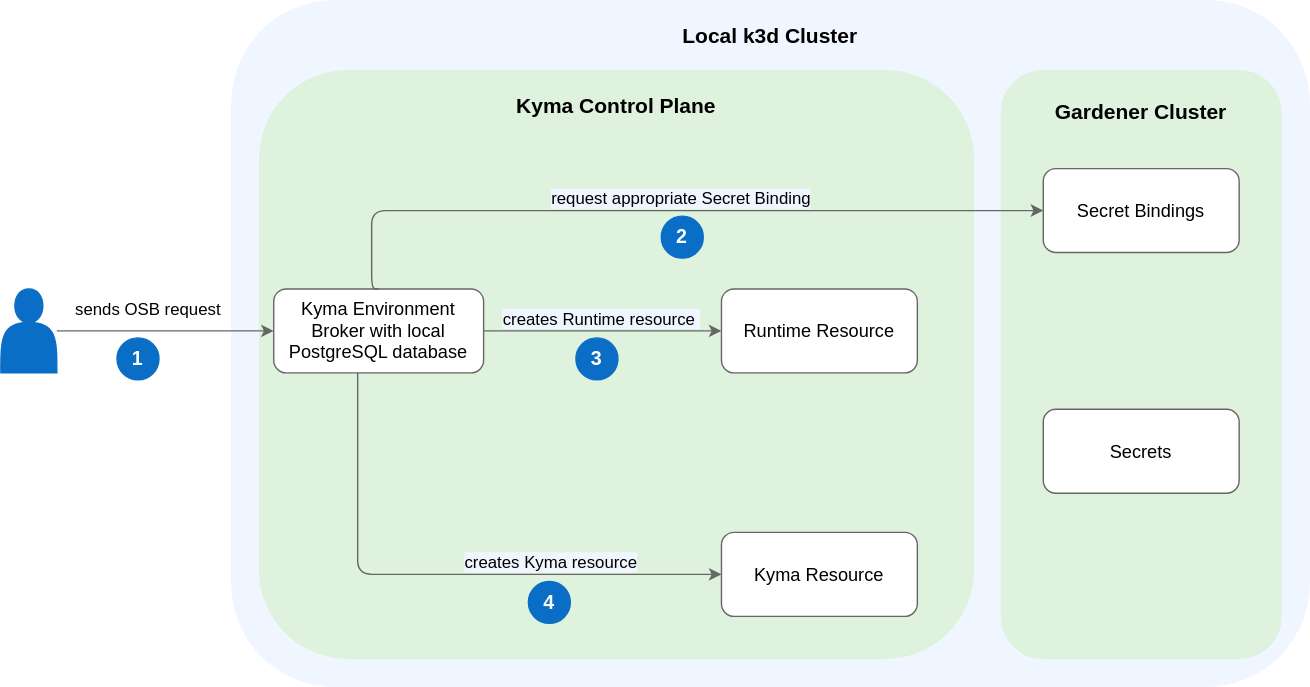
Before: docs/assets/local-keb-arch.drawio.svg, a diagram exported from draw.io (kyma-project/kyma-environment-broker). Source tidied: cells renumbered, new cells last; positions are measured from the earlier drawing's top-left corner, leaving out a move shared by most shapes. Source of this version:
```xml
<mxGraphModel>
  <root>
    <mxCell id="0" />
    <mxCell id="1" parent="0" />
    <mxCell id="2" style="rounded=1;whiteSpace=wrap;html=1;align=left;fillColor=#f0f6ff;strokeColor=#f0f6ff;verticalAlign=middle;labelPosition=right;verticalLabelPosition=middle;" parent="1" vertex="1">
      <mxGeometry x="165" width="770" height="490" as="geometry" />
    </mxCell>
    <mxCell id="3" style="rounded=1;whiteSpace=wrap;html=1;fontSize=13;fillColor=#def2dd;strokeColor=#def2dd;" parent="1" vertex="1">
      <mxGeometry x="185" y="50" width="510" height="420" as="geometry" />
    </mxCell>
    <mxCell id="4" value="&lt;span style=&quot;font-size: 15px;&quot;&gt;&lt;b&gt;Local k3d Cluster&lt;/b&gt;&lt;/span&gt;" style="text;html=1;strokeColor=none;fillColor=none;align=center;verticalAlign=middle;whiteSpace=wrap;rounded=0;fontSize=19;labelPosition=center;verticalLabelPosition=middle;" parent="1" vertex="1">
      <mxGeometry x="460" y="10" width="180" height="30" as="geometry" />
    </mxCell>
    <mxCell id="5" style="edgeStyle=orthogonalEdgeStyle;rounded=1;jettySize=auto;html=1;entryX=0;entryY=0.5;entryDx=0;entryDy=0;strokeColor=#666666;exitX=1;exitY=0.5;exitDx=0;exitDy=0;" parent="1" edge="1" source="9" target="16">
      <mxGeometry relative="1" as="geometry" />
    </mxCell>
    <mxCell id="6" value="&lt;font style=&quot;font-size: 12px; background-color: rgb(240, 246, 255);&quot;&gt;creates Runtime resource&amp;nbsp;&lt;/font&gt;" style="edgeLabel;html=1;align=center;verticalAlign=bottom;" parent="5" vertex="1">
      <mxGeometry x="0.41" y="1" relative="1" as="geometry">
        <mxPoint x="-37" y="1" as="offset" />
      </mxGeometry>
    </mxCell>
    <mxCell id="7" style="edgeStyle=orthogonalEdgeStyle;rounded=1;jettySize=auto;html=1;entryX=0;entryY=0.5;entryDx=0;entryDy=0;strokeColor=#666666;" parent="1" edge="1" source="9" target="20">
      <mxGeometry relative="1" as="geometry">
        <Array as="points">
          <mxPoint x="255" y="410" />
        </Array>
      </mxGeometry>
    </mxCell>
    <mxCell id="8" value="&lt;font style=&quot;font-size: 12px; background-color: rgb(240, 246, 255);&quot;&gt;creates Kyma resource&lt;/font&gt;" style="edgeLabel;html=1;align=center;verticalAlign=bottom;" parent="7" vertex="1">
      <mxGeometry x="0.39" relative="1" as="geometry" />
    </mxCell>
    <mxCell id="9" value="&lt;font style=&quot;font-size: 13px;&quot;&gt;Kyma Environment Broker with local PostgreSQL database&lt;/font&gt;" style="rounded=1;whiteSpace=wrap;html=1;strokeColor=#666666;" parent="1" vertex="1">
      <mxGeometry x="195" y="206" width="150" height="60" as="geometry" />
    </mxCell>
    <mxCell id="10" style="edgeStyle=orthogonalEdgeStyle;rounded=1;jettySize=auto;html=1;strokeColor=#666666;" parent="1" edge="1" source="11" target="9">
      <mxGeometry relative="1" as="geometry" />
    </mxCell>
    <mxCell id="11" style="shape=actor;whiteSpace=wrap;html=1;fillColor=#0a6ec7;strokeColor=#0a6ec7;" parent="1" vertex="1">
      <mxGeometry y="206" width="40" height="60" as="geometry" />
    </mxCell>
    <mxCell id="12" value="&lt;font color=&quot;#ffffff&quot; size=&quot;1&quot;&gt;&lt;b style=&quot;font-size: 14px;&quot;&gt;1&lt;/b&gt;&lt;/font&gt;" style="ellipse;whiteSpace=wrap;html=1;fontSize=12;fillColor=#0a6ec7;strokeColor=#0a6ec7;" parent="1" vertex="1">
      <mxGeometry x="83" y="241" width="30" height="30" as="geometry" />
    </mxCell>
    <mxCell id="13" value="sends OSB request" style="text;html=1;align=center;verticalAlign=middle;strokeColor=none;fillColor=none;" parent="1" vertex="1">
      <mxGeometry x="40" y="206" width="130" height="30" as="geometry" />
    </mxCell>
    <mxCell id="14" value="&lt;font color=&quot;#ffffff&quot; size=&quot;1&quot;&gt;&lt;b style=&quot;font-size: 14px;&quot;&gt;3&lt;/b&gt;&lt;/font&gt;" style="ellipse;whiteSpace=wrap;html=1;fontSize=12;fillColor=#0a6ec7;strokeColor=#0a6ec7;" parent="1" vertex="1">
      <mxGeometry x="411" y="241" width="30" height="30" as="geometry" />
    </mxCell>
    <mxCell id="15" value="&lt;font color=&quot;#ffffff&quot; size=&quot;1&quot;&gt;&lt;b style=&quot;font-size: 14px;&quot;&gt;4&lt;/b&gt;&lt;/font&gt;" style="ellipse;whiteSpace=wrap;html=1;fontSize=12;fillColor=#0a6ec7;strokeColor=#0a6ec7;" parent="1" vertex="1">
      <mxGeometry x="377" y="415" width="30" height="30" as="geometry" />
    </mxCell>
    <mxCell id="16" value="&lt;span style=&quot;font-size: 13px;&quot;&gt;Runtime Resource&lt;/span&gt;" style="rounded=1;whiteSpace=wrap;html=1;strokeColor=#666666;" parent="1" vertex="1">
      <mxGeometry x="515" y="206" width="140" height="60" as="geometry" />
    </mxCell>
    <mxCell id="17" style="rounded=1;whiteSpace=wrap;html=1;fontSize=13;fillColor=#def2dd;strokeColor=#def2dd;" parent="1" vertex="1">
      <mxGeometry x="715" y="50" width="200" height="420" as="geometry" />
    </mxCell>
    <mxCell id="18" value="&lt;span style=&quot;font-size: 15px;&quot;&gt;&lt;b&gt;Gardener Cluster&lt;/b&gt;&lt;/span&gt;" style="text;html=1;strokeColor=none;fillColor=none;align=center;verticalAlign=middle;whiteSpace=wrap;rounded=0;fontSize=19;labelPosition=center;verticalLabelPosition=middle;" parent="1" vertex="1">
      <mxGeometry x="725" y="60" width="180" height="37" as="geometry" />
    </mxCell>
    <mxCell id="19" value="&lt;span style=&quot;font-size: 15px;&quot;&gt;&lt;b&gt;Kyma Control Plane&lt;/b&gt;&lt;/span&gt;" style="text;html=1;strokeColor=none;fillColor=none;align=center;verticalAlign=middle;whiteSpace=wrap;rounded=0;fontSize=19;labelPosition=center;verticalLabelPosition=middle;" parent="1" vertex="1">
      <mxGeometry x="350" y="60" width="180" height="30" as="geometry" />
    </mxCell>
    <mxCell id="20" value="&lt;span style=&quot;font-size: 13px;&quot;&gt;Kyma Resource&lt;/span&gt;" style="rounded=1;whiteSpace=wrap;html=1;strokeColor=#666666;" parent="1" vertex="1">
      <mxGeometry x="515" y="380" width="140" height="60" as="geometry" />
    </mxCell>
    <mxCell id="21" value="&lt;span style=&quot;font-size: 13px;&quot;&gt;Secret Bindings&lt;/span&gt;" style="rounded=1;whiteSpace=wrap;html=1;strokeColor=#666666;" parent="1" vertex="1">
      <mxGeometry x="745" y="120" width="140" height="60" as="geometry" />
    </mxCell>
    <mxCell id="22" value="&lt;span style=&quot;font-size: 13px;&quot;&gt;Secrets&lt;/span&gt;" style="rounded=1;whiteSpace=wrap;html=1;strokeColor=#666666;" parent="1" vertex="1">
      <mxGeometry x="745" y="292" width="140" height="60" as="geometry" />
    </mxCell>
    <mxCell id="23" style="edgeStyle=orthogonalEdgeStyle;rounded=1;jettySize=auto;html=1;entryX=0;entryY=0.5;entryDx=0;entryDy=0;strokeColor=#666666;exitX=0.5;exitY=0;exitDx=0;exitDy=0;" parent="1" edge="1" source="9" target="21">
      <mxGeometry relative="1" as="geometry">
        <Array as="points">
          <mxPoint x="265" y="150" />
        </Array>
      </mxGeometry>
    </mxCell>
    <mxCell id="24" value="&lt;font style=&quot;font-size: 12px; background-color: rgb(240, 246, 255);&quot;&gt;request appropriate Secret Binding&lt;/font&gt;" style="edgeLabel;html=1;align=center;verticalAlign=bottom;" parent="23" vertex="1">
      <mxGeometry x="0.39" relative="1" as="geometry">
        <mxPoint x="-96" as="offset" />
      </mxGeometry>
    </mxCell>
    <mxCell id="25" value="&lt;font color=&quot;#ffffff&quot; size=&quot;1&quot;&gt;&lt;b style=&quot;font-size: 14px;&quot;&gt;2&lt;/b&gt;&lt;/font&gt;" style="ellipse;whiteSpace=wrap;html=1;fontSize=12;fillColor=#0a6ec7;strokeColor=#0a6ec7;" parent="1" vertex="1">
      <mxGeometry x="472" y="154" width="30" height="30" as="geometry" />
    </mxCell>
  </root>
</mxGraphModel>
```
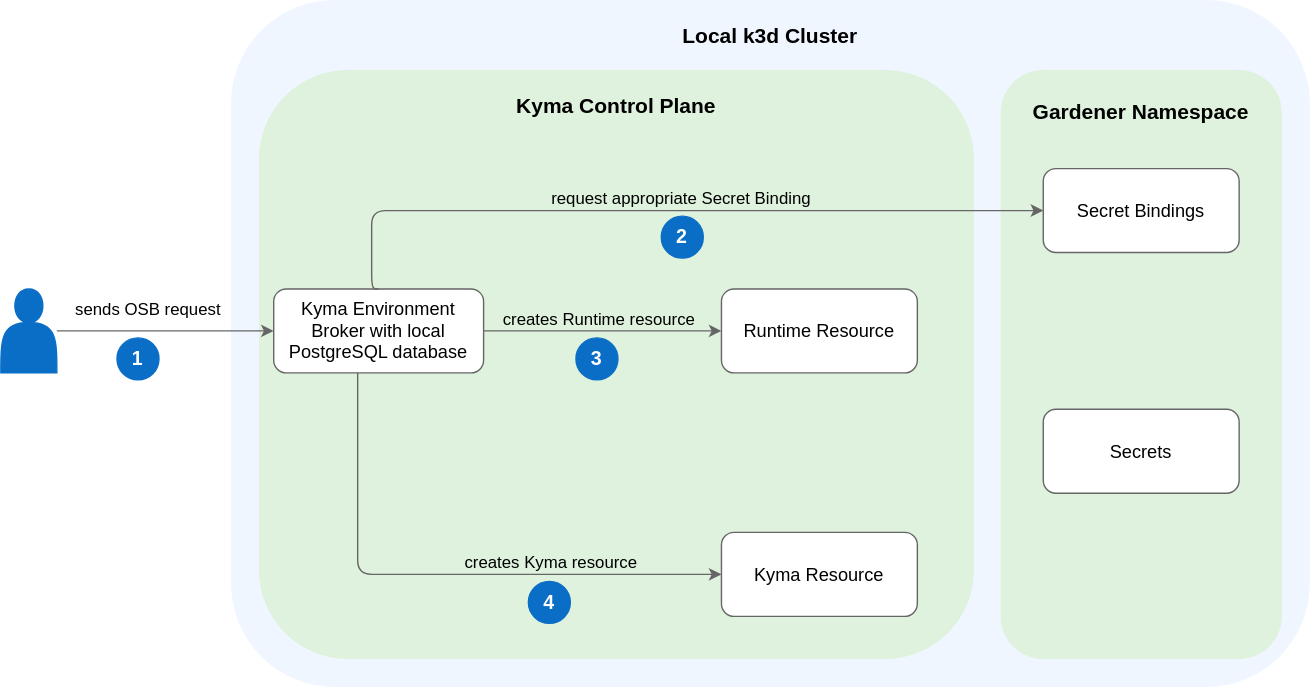
After the change.

Commit message:
Adjust styling

The edit, as a diff of the source:
```diff
@@ -1,4 +1,4 @@
-<mxGraphModel>
+<mxGraphModel background="#ffffff">
   <root>
     <mxCell id="0" />
     <mxCell id="1" parent="0" />
@@ -14,7 +14,7 @@
     <mxCell id="5" style="edgeStyle=orthogonalEdgeStyle;rounded=1;jettySize=auto;html=1;entryX=0;entryY=0.5;entryDx=0;entryDy=0;strokeColor=#666666;exitX=1;exitY=0.5;exitDx=0;exitDy=0;" parent="1" edge="1" source="9" target="16">
       <mxGeometry relative="1" as="geometry" />
     </mxCell>
-    <mxCell id="6" value="&lt;font style=&quot;font-size: 12px; background-color: rgb(240, 246, 255);&quot;&gt;creates Runtime resource&amp;nbsp;&lt;/font&gt;" style="edgeLabel;html=1;align=center;verticalAlign=bottom;" parent="5" vertex="1">
+    <mxCell id="6" value="&lt;font style=&quot;font-size: 12px;&quot;&gt;creates Runtime resource&amp;nbsp;&lt;/font&gt;" style="edgeLabel;html=1;align=center;verticalAlign=bottom;labelBackgroundColor=none;" parent="5" vertex="1">
       <mxGeometry x="0.41" y="1" relative="1" as="geometry">
         <mxPoint x="-37" y="1" as="offset" />
       </mxGeometry>
@@ -26,7 +26,7 @@
         </Array>
       </mxGeometry>
     </mxCell>
-    <mxCell id="8" value="&lt;font style=&quot;font-size: 12px; background-color: rgb(240, 246, 255);&quot;&gt;creates Kyma resource&lt;/font&gt;" style="edgeLabel;html=1;align=center;verticalAlign=bottom;" parent="7" vertex="1">
+    <mxCell id="8" value="&lt;font style=&quot;font-size: 12px;&quot;&gt;creates Kyma resource&lt;/font&gt;" style="edgeLabel;html=1;align=center;verticalAlign=bottom;labelBackgroundColor=none;" parent="7" vertex="1">
       <mxGeometry x="0.39" relative="1" as="geometry" />
     </mxCell>
     <mxCell id="9" value="&lt;font style=&quot;font-size: 13px;&quot;&gt;Kyma Environment Broker with local PostgreSQL database&lt;/font&gt;" style="rounded=1;whiteSpace=wrap;html=1;strokeColor=#666666;" parent="1" vertex="1">
@@ -56,7 +56,7 @@
     <mxCell id="17" style="rounded=1;whiteSpace=wrap;html=1;fontSize=13;fillColor=#def2dd;strokeColor=#def2dd;" parent="1" vertex="1">
       <mxGeometry x="715" y="50" width="200" height="420" as="geometry" />
     </mxCell>
-    <mxCell id="18" value="&lt;span style=&quot;font-size: 15px;&quot;&gt;&lt;b&gt;Gardener Cluster&lt;/b&gt;&lt;/span&gt;" style="text;html=1;strokeColor=none;fillColor=none;align=center;verticalAlign=middle;whiteSpace=wrap;rounded=0;fontSize=19;labelPosition=center;verticalLabelPosition=middle;" parent="1" vertex="1">
+    <mxCell id="18" value="&lt;span style=&quot;font-size: 15px;&quot;&gt;&lt;b&gt;Gardener Namespace&lt;/b&gt;&lt;/span&gt;" style="text;html=1;strokeColor=none;fillColor=none;align=center;verticalAlign=middle;whiteSpace=wrap;rounded=0;fontSize=19;labelPosition=center;verticalLabelPosition=middle;" parent="1" vertex="1">
       <mxGeometry x="725" y="60" width="180" height="37" as="geometry" />
     </mxCell>
     <mxCell id="19" value="&lt;span style=&quot;font-size: 15px;&quot;&gt;&lt;b&gt;Kyma Control Plane&lt;/b&gt;&lt;/span&gt;" style="text;html=1;strokeColor=none;fillColor=none;align=center;verticalAlign=middle;whiteSpace=wrap;rounded=0;fontSize=19;labelPosition=center;verticalLabelPosition=middle;" parent="1" vertex="1">
@@ -78,7 +78,7 @@
         </Array>
       </mxGeometry>
     </mxCell>
-    <mxCell id="24" value="&lt;font style=&quot;font-size: 12px; background-color: rgb(240, 246, 255);&quot;&gt;request appropriate Secret Binding&lt;/font&gt;" style="edgeLabel;html=1;align=center;verticalAlign=bottom;" parent="23" vertex="1">
+    <mxCell id="24" value="&lt;font style=&quot;font-size: 12px;&quot;&gt;request appropriate Secret Binding&lt;/font&gt;" style="edgeLabel;html=1;align=center;verticalAlign=bottom;labelBackgroundColor=none;" parent="23" vertex="1">
       <mxGeometry x="0.39" relative="1" as="geometry">
         <mxPoint x="-96" as="offset" />
       </mxGeometry>
```
